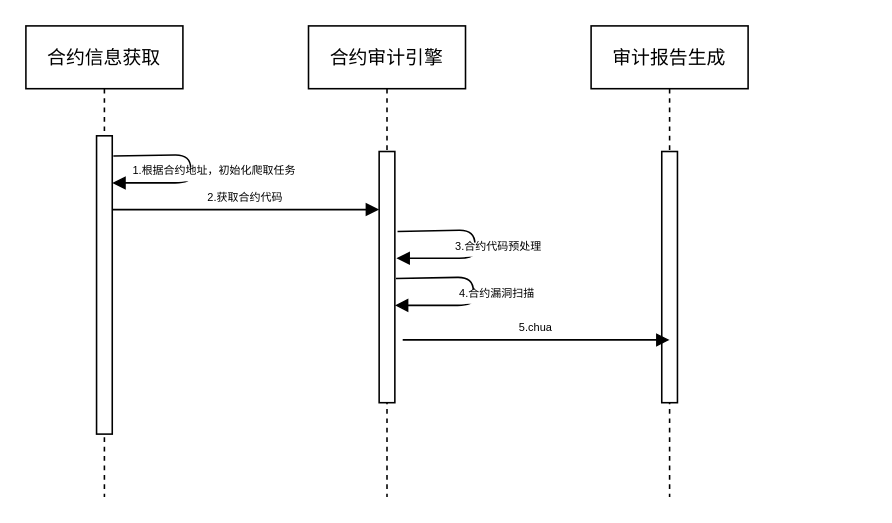
wang2gua/test keeps this draw.io diagram as Untitled Diagram.drawio. Above is the earlier version. Source tidied: cells renumbered, new cells numbered last; positions are measured from the earlier drawing's top-left corner, leaving out a move shared by most shapes. Both pictures are drawn from the tidied source at 157%, with x=0, y=0 at pixel (25, 25).
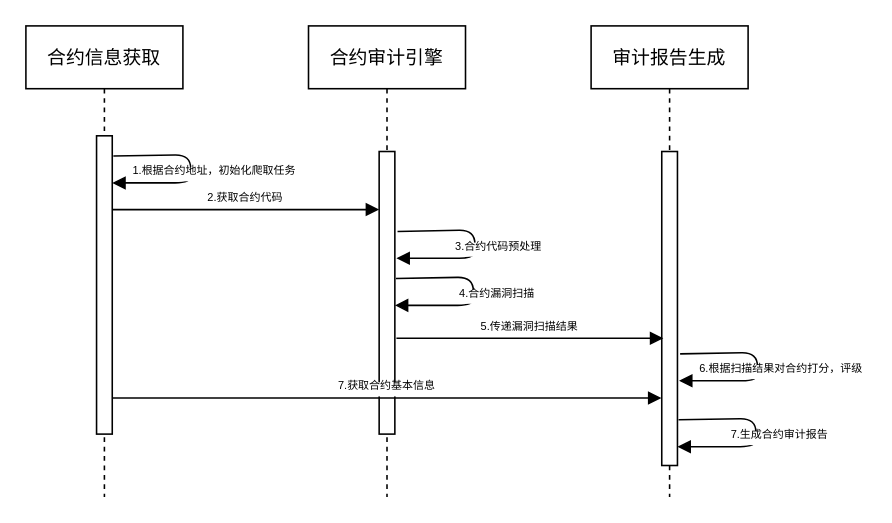
The same diagram, later.

The change refers to these unchanged cells:
```xml
<mxCell id="4" value="合约审计引擎" style="shape=umlLifeline;perimeter=lifelinePerimeter;rounded=0;shadow=0;strokeWidth=1;" parent="1" vertex="1">
  <mxGeometry x="180" width="100" height="300" as="geometry" />
</mxCell>
<mxCell id="7" value="审计报告生成" style="shape=umlLifeline;perimeter=lifelinePerimeter;rounded=0;shadow=0;strokeWidth=1;" parent="1" vertex="1">
  <mxGeometry x="360" width="100" height="300" as="geometry" />
</mxCell>
```

Change to the diagram source:
```diff
@@
     <mxCell id="5" style="perimeter=orthogonalPerimeter;rounded=0;shadow=0;strokeWidth=1;" parent="4" vertex="1">
-      <mxGeometry x="45" y="80" width="10" height="160" as="geometry" />
+      <mxGeometry x="45" y="80" width="10" height="180" as="geometry" />
     </mxCell>
@@
     <mxCell id="8" style="perimeter=orthogonalPerimeter;rounded=0;shadow=0;strokeWidth=1;" parent="7" vertex="1">
-      <mxGeometry x="45" y="80" width="10" height="160" as="geometry" />
+      <mxGeometry x="45" y="80" width="10" height="200" as="geometry" />
     </mxCell>
@@
-    <mxCell id="12" value="5.chua" style="verticalAlign=bottom;endArrow=block;entryX=0;entryY=0;shadow=0;strokeWidth=1;fontSize=7;" parent="1" edge="1">
+    <mxCell id="12" value="5.传递漏洞扫描结果" style="verticalAlign=bottom;endArrow=block;entryX=0;entryY=0;shadow=0;strokeWidth=1;fontSize=7;" parent="1" edge="1">
       <mxGeometry relative="1" as="geometry">
-        <mxPoint x="240" y="200" as="sourcePoint" />
-        <mxPoint x="410" y="200" as="targetPoint" />
+        <mxPoint x="236" y="199" as="sourcePoint" />
+        <mxPoint x="406" y="199" as="targetPoint" />
         <Array as="points">
-          <mxPoint x="305" y="200" />
+          <mxPoint x="301" y="199" />
         </Array>
       </mxGeometry>
     </mxCell>
+    <mxCell id="13" value="7.获取合约基本信息" style="verticalAlign=bottom;endArrow=block;shadow=0;strokeWidth=1;fontSize=7;" parent="1" edge="1">
+      <mxGeometry relative="1" as="geometry">
+        <mxPoint x="55.2" y="237" as="sourcePoint" />
+        <mxPoint x="404.8" y="237" as="targetPoint" />
+        <Array as="points">
+          <mxPoint x="120.2" y="237" />
+        </Array>
+      </mxGeometry>
+    </mxCell>
+    <mxCell id="14" value="6.根据扫描结果对合约打分，评级" style="verticalAlign=bottom;endArrow=block;shadow=0;strokeWidth=1;exitX=1.067;exitY=0.068;exitDx=0;exitDy=0;exitPerimeter=0;fontSize=7;" parent="1" edge="1">
+      <mxGeometry x="0.15" y="-15" relative="1" as="geometry">
+        <mxPoint x="416.7" y="208.9" as="sourcePoint" />
+        <mxPoint x="416" y="226" as="targetPoint" />
+        <Array as="points">
+          <mxPoint x="466" y="208" />
+          <mxPoint x="466" y="226" />
+        </Array>
+        <mxPoint x="15" y="15" as="offset" />
+      </mxGeometry>
+    </mxCell>
+    <mxCell id="15" value="7.生成合约审计报告" style="verticalAlign=bottom;endArrow=block;shadow=0;strokeWidth=1;exitX=1.067;exitY=0.068;exitDx=0;exitDy=0;exitPerimeter=0;fontSize=7;" parent="1" edge="1">
+      <mxGeometry x="0.15" y="-15" relative="1" as="geometry">
+        <mxPoint x="415.7" y="250.9" as="sourcePoint" />
+        <mxPoint x="415" y="268" as="targetPoint" />
+        <Array as="points">
+          <mxPoint x="465" y="250" />
+          <mxPoint x="465" y="268" />
+        </Array>
+        <mxPoint x="15" y="15" as="offset" />
+      </mxGeometry>
+    </mxCell>
```
